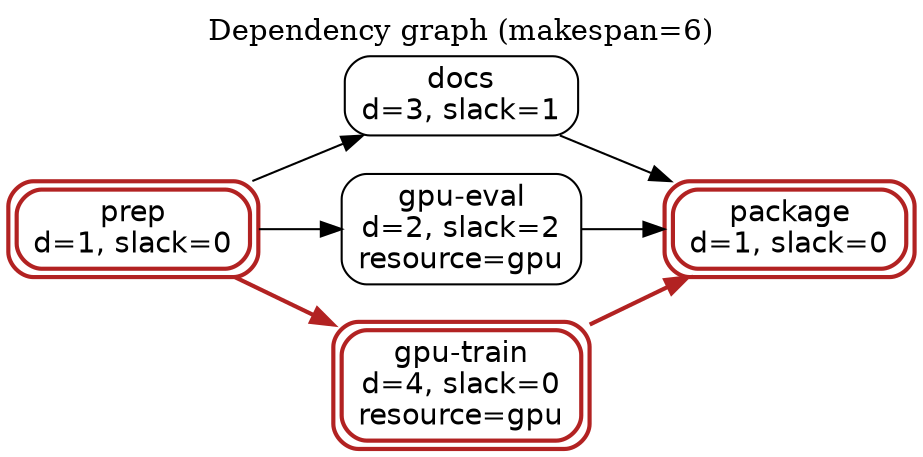
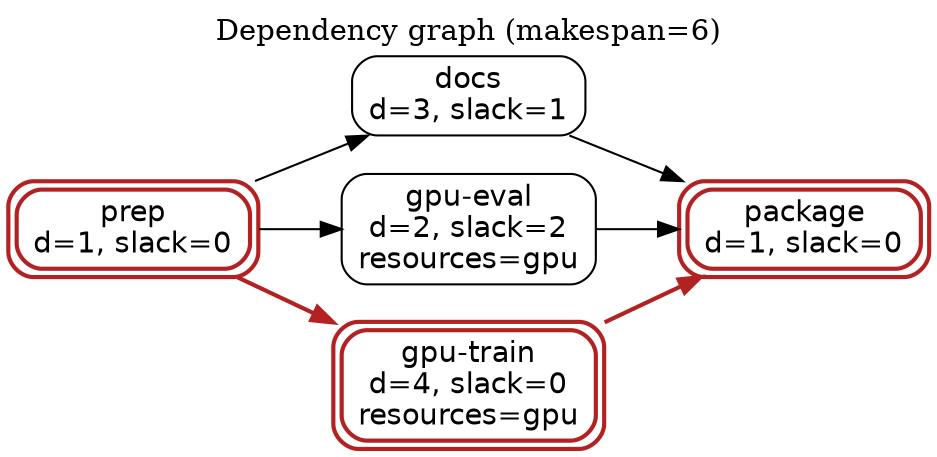
digraph DependencyGraph {
  rankdir=LR;
  label="Dependency graph (makespan=6)";
  labelloc=t;
  node [shape=box, style="rounded", fontname="Helvetica"];
  edge [fontname="Helvetica"];
  subgraph layer_0 {
    rank=same;
    "prep" [label="prep\nd=1, slack=0", color="firebrick", penwidth=2, peripheries=2];
  }
  subgraph layer_1 {
    rank=same;
    "docs" [label="docs\nd=3, slack=1"];
-     "gpu-eval" [label="gpu-eval\nd=2, slack=2\nresource=gpu"];
-     "gpu-train" [label="gpu-train\nd=4, slack=0\nresource=gpu", color="firebrick", penwidth=2, peripheries=2];
+     "gpu-eval" [label="gpu-eval\nd=2, slack=2\nresources=gpu"];
+     "gpu-train" [label="gpu-train\nd=4, slack=0\nresources=gpu", color="firebrick", penwidth=2, peripheries=2];
  }
  subgraph layer_2 {
    rank=same;
    "package" [label="package\nd=1, slack=0", color="firebrick", penwidth=2, peripheries=2];
  }
  "prep" -> "docs";
  "prep" -> "gpu-eval";
  "prep" -> "gpu-train" [color="firebrick", penwidth=2];
  "gpu-train" -> "package" [color="firebrick", penwidth=2];
  "gpu-eval" -> "package";
  "docs" -> "package";
}
